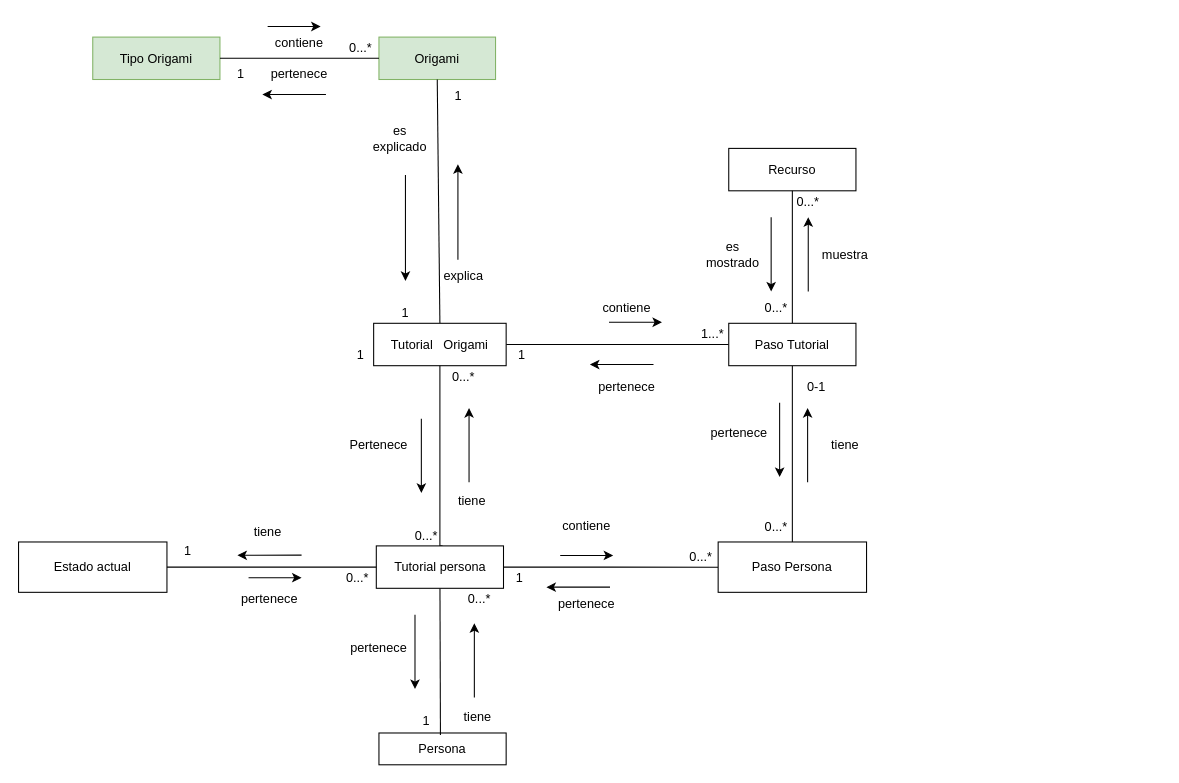
This is ModeloDeDominio3D.drawio from andrescastillo1996/documentacionMundoOrigami, a draw.io file, before an edit. Source tidied: cells renumbered, new cells numbered last; positions are measured from the earlier drawing's top-left corner, leaving out a move shared by most shapes. Both pictures are drawn from the tidied source at 106%, with x=0, y=0 at pixel (18, 26).
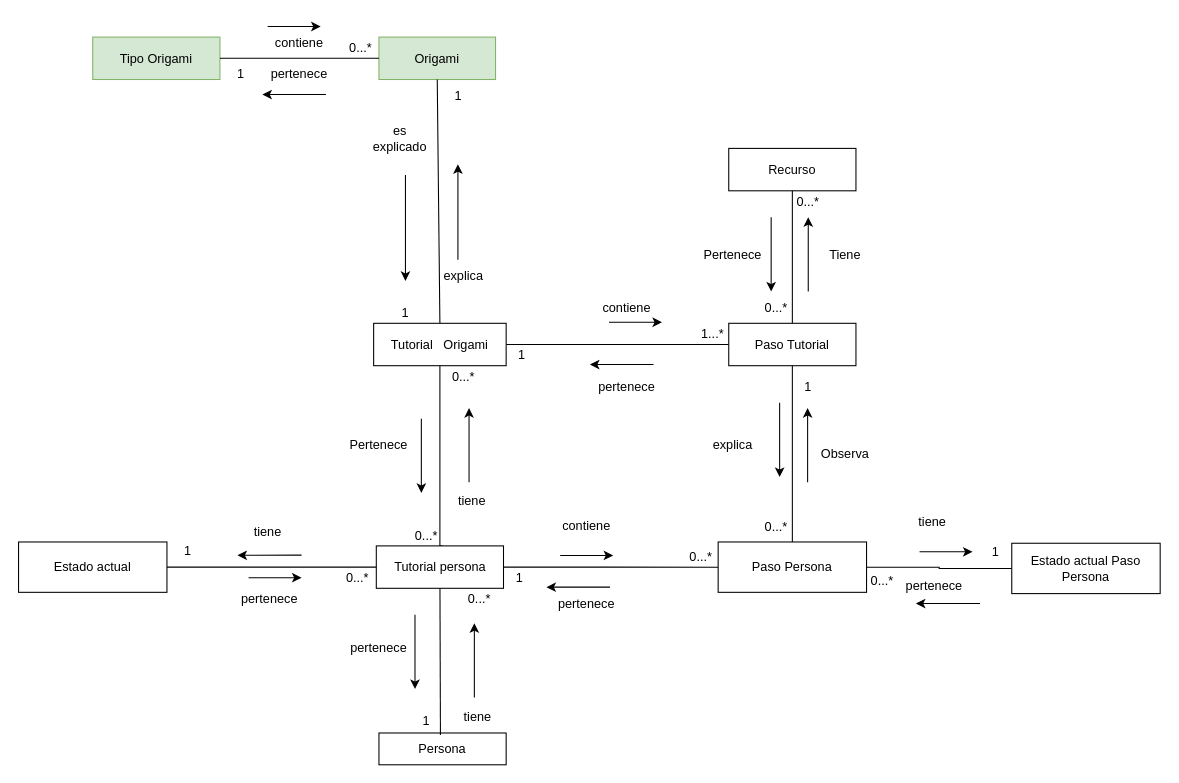
The same diagram, later.

Unchanged cells that the change refers to:
```xml
<mxCell id="61" value="Paso Persona" style="rounded=0;whiteSpace=wrap;html=1;" parent="1" vertex="1">
  <mxGeometry x="660" y="485.8" width="140" height="47.5" as="geometry" />
</mxCell>
```

The edit, as a diff of the source:
```diff
@@
     <mxCell id="41" value="1" style="text;html=1;strokeColor=none;fillColor=none;align=center;verticalAlign=middle;whiteSpace=wrap;rounded=0;" parent="1" vertex="1">
-      <mxGeometry x="307.5" y="299.5" width="30" height="20" as="geometry" />
+      <mxGeometry x="730" y="329.5" width="30" height="20" as="geometry" />
     </mxCell>
@@
-    <mxCell id="49" value="muestra" style="text;html=1;strokeColor=none;fillColor=none;align=center;verticalAlign=middle;whiteSpace=wrap;rounded=0;" parent="1" vertex="1">
+    <mxCell id="49" value="Tiene" style="text;html=1;strokeColor=none;fillColor=none;align=center;verticalAlign=middle;whiteSpace=wrap;rounded=0;" parent="1" vertex="1">
       <mxGeometry x="750" y="199.5" width="60" height="30" as="geometry" />
     </mxCell>
-    <mxCell id="50" value="es mostrado" style="text;html=1;strokeColor=none;fillColor=none;align=center;verticalAlign=middle;whiteSpace=wrap;rounded=0;" parent="1" vertex="1">
+    <mxCell id="50" value="Pertenece" style="text;html=1;strokeColor=none;fillColor=none;align=center;verticalAlign=middle;whiteSpace=wrap;rounded=0;" parent="1" vertex="1">
       <mxGeometry x="644" y="199.5" width="60" height="30" as="geometry" />
     </mxCell>
@@
+    <mxCell id="76" style="edgeStyle=orthogonalEdgeStyle;rounded=0;jettySize=auto;html=1;endArrow=none;endFill=0;" parent="1" edge="1" source="61" target="77">
+      <mxGeometry relative="1" as="geometry" />
+    </mxCell>
@@
-    <mxCell id="63" value="tiene" style="text;html=1;strokeColor=none;fillColor=none;align=center;verticalAlign=middle;whiteSpace=wrap;rounded=0;" parent="1" vertex="1">
-      <mxGeometry x="750" y="379.5" width="60" height="30" as="geometry" />
-    </mxCell>
-    <mxCell id="64" value="pertenece" style="text;html=1;strokeColor=none;fillColor=none;align=center;verticalAlign=middle;whiteSpace=wrap;rounded=0;" parent="1" vertex="1">
-      <mxGeometry x="650" y="368" width="60" height="30" as="geometry" />
-    </mxCell>
@@
-    <mxCell id="66" value="0-1" style="text;html=1;strokeColor=none;fillColor=none;align=center;verticalAlign=middle;whiteSpace=wrap;rounded=0;" parent="1" vertex="1">
-      <mxGeometry x="738" y="329.5" width="30" height="20" as="geometry" />
-    </mxCell>
@@
+    <mxCell id="77" value="Estado actual Paso Persona" style="rounded=0;whiteSpace=wrap;html=1;" parent="1" vertex="1">
+      <mxGeometry x="937" y="487" width="140" height="47.5" as="geometry" />
+    </mxCell>
+    <mxCell id="78" style="endArrow=classic;html=1;rounded=0;" parent="1" edge="1">
+      <mxGeometry relative="1" as="geometry">
+        <mxPoint x="850" y="495.1" as="sourcePoint" />
+        <mxPoint x="900" y="495.1" as="targetPoint" />
+      </mxGeometry>
+    </mxCell>
+    <mxCell id="79" style="endArrow=classic;html=1;rounded=0;" parent="1" edge="1">
+      <mxGeometry relative="1" as="geometry">
+        <mxPoint x="907" y="543.8" as="sourcePoint" />
+        <mxPoint x="846.5" y="543.9" as="targetPoint" />
+      </mxGeometry>
+    </mxCell>
+    <mxCell id="63" value="tiene&amp;nbsp;" style="text;html=1;strokeColor=none;fillColor=none;align=center;verticalAlign=middle;whiteSpace=wrap;rounded=0;" parent="1" vertex="1">
+      <mxGeometry x="834" y="452" width="60" height="30" as="geometry" />
+    </mxCell>
+    <mxCell id="64" value="pertenece" style="text;html=1;strokeColor=none;fillColor=none;align=center;verticalAlign=middle;whiteSpace=wrap;rounded=0;" parent="1" vertex="1">
+      <mxGeometry x="834" y="518" width="60" height="20" as="geometry" />
+    </mxCell>
+    <mxCell id="80" value="1" style="text;html=1;strokeColor=none;fillColor=none;align=center;verticalAlign=middle;whiteSpace=wrap;rounded=0;" parent="1" vertex="1">
+      <mxGeometry x="907" y="485.8" width="30" height="20" as="geometry" />
+    </mxCell>
+    <mxCell id="81" value="0...*" style="text;html=1;strokeColor=none;fillColor=none;align=center;verticalAlign=middle;whiteSpace=wrap;rounded=0;" parent="1" vertex="1">
+      <mxGeometry x="800" y="513.2" width="30" height="20" as="geometry" />
+    </mxCell>
+    <mxCell id="82" value="explica" style="text;html=1;strokeColor=none;fillColor=none;align=center;verticalAlign=middle;whiteSpace=wrap;rounded=0;" parent="1" vertex="1">
+      <mxGeometry x="644" y="379.5" width="60" height="30" as="geometry" />
+    </mxCell>
+    <mxCell id="83" value="Observa" style="text;html=1;strokeColor=none;fillColor=none;align=center;verticalAlign=middle;whiteSpace=wrap;rounded=0;" parent="1" vertex="1">
+      <mxGeometry x="750" y="388" width="60" height="30" as="geometry" />
+    </mxCell>
```
